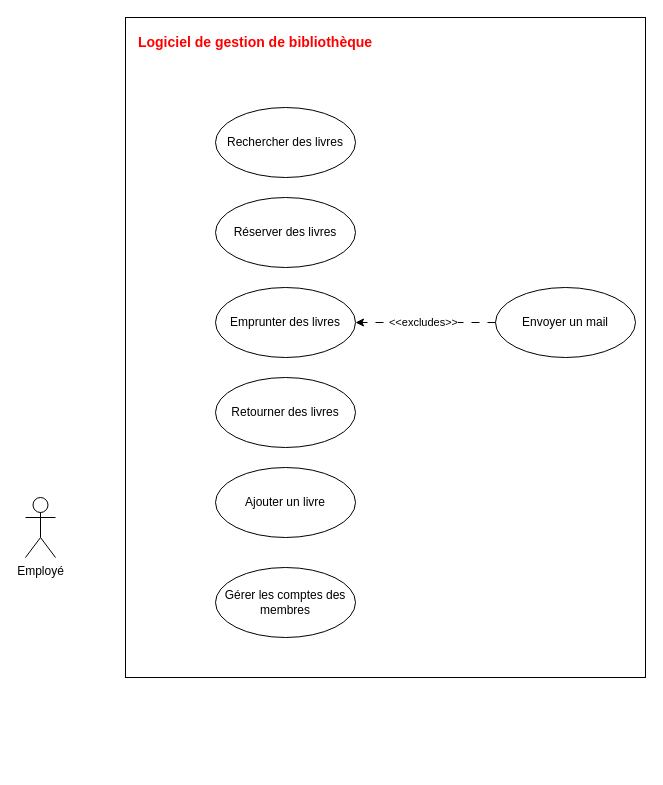
Earlier version of the draw.io diagram TP_1_UML_Exercice_5.drawio (Mzk-Ali/EXO_M2I_UML). Source tidied: cells renumbered, new cells numbered last; positions are measured from the earlier drawing's top-left corner, leaving out a move shared by most shapes. Both pictures are drawn from the tidied source at 100%, with x=0, y=0 at pixel (25, 17).
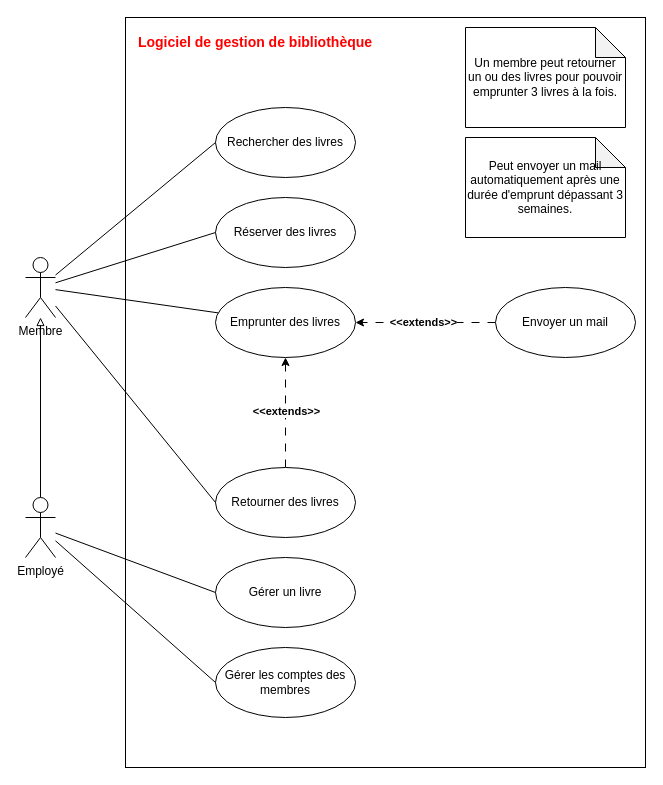
After the change.

Commit message:
Mettre à jour TP_1_UML_Exercice_5.drawio

Unchanged cells that the change refers to:
```xml
<mxCell id="4" value="Rechercher des livres" style="ellipse;whiteSpace=wrap;html=1;" parent="1" vertex="1">
  <mxGeometry x="190" y="90" width="140" height="70" as="geometry" />
</mxCell>
<mxCell id="5" value="Réserver des livres" style="ellipse;whiteSpace=wrap;html=1;" parent="1" vertex="1">
  <mxGeometry x="190" y="180" width="140" height="70" as="geometry" />
</mxCell>
<mxCell id="6" style="rounded=0;jettySize=auto;html=1;dashed=1;dashPattern=8 8;exitX=0;exitY=0.5;exitDx=0;exitDy=0;" parent="1" edge="1" source="12" target="8">
  <mxGeometry relative="1" as="geometry" />
</mxCell>
<mxCell id="8" value="Emprunter des livres" style="ellipse;whiteSpace=wrap;html=1;" parent="1" vertex="1">
  <mxGeometry x="190" y="270" width="140" height="70" as="geometry" />
</mxCell>
<mxCell id="13" value="Employé" style="shape=umlActor;verticalLabelPosition=bottom;verticalAlign=top;html=1;" parent="1" vertex="1">
  <mxGeometry y="480" width="30" height="60" as="geometry" />
</mxCell>
```

The edit, as a diff of the source:
```diff
@@
     <mxCell id="2" style="rounded=0;whiteSpace=wrap;html=1;" parent="1" vertex="1">
-      <mxGeometry x="100" width="520" height="660" as="geometry" />
+      <mxGeometry x="100" width="520" height="750" as="geometry" />
     </mxCell>
@@
-    <mxCell id="7" value="&amp;lt;&amp;lt;excludes&amp;gt;&amp;gt;" style="edgeLabel;html=1;align=center;verticalAlign=middle;" parent="6" vertex="1">
+    <mxCell id="7" value="&lt;b&gt;&amp;lt;&amp;lt;extends&amp;gt;&amp;gt;&lt;/b&gt;" style="edgeLabel;html=1;align=center;verticalAlign=middle;" parent="6" vertex="1">
       <mxGeometry x="0.04" y="-1" relative="1" as="geometry" />
     </mxCell>
+    <mxCell id="14" style="edgeStyle=orthogonalEdgeStyle;rounded=0;jettySize=auto;html=1;exitX=0.5;exitY=0;exitDx=0;exitDy=0;dashed=1;dashPattern=8 8;" parent="1" edge="1" source="9" target="8">
+      <mxGeometry relative="1" as="geometry" />
+    </mxCell>
+    <mxCell id="15" value="&lt;b&gt;&amp;lt;&amp;lt;extends&amp;gt;&amp;gt;&lt;/b&gt;" style="edgeLabel;html=1;align=center;verticalAlign=middle;" parent="14" vertex="1">
+      <mxGeometry x="0.04" relative="1" as="geometry" />
+    </mxCell>
@@
     <mxCell id="9" value="Retourner des livres" style="ellipse;whiteSpace=wrap;html=1;" parent="1" vertex="1">
-      <mxGeometry x="190" y="360" width="140" height="70" as="geometry" />
+      <mxGeometry x="190" y="450" width="140" height="70" as="geometry" />
     </mxCell>
-    <mxCell id="10" value="Ajouter un livre" style="ellipse;whiteSpace=wrap;html=1;" parent="1" vertex="1">
-      <mxGeometry x="190" y="450" width="140" height="70" as="geometry" />
+    <mxCell id="10" value="Gérer un livre" style="ellipse;whiteSpace=wrap;html=1;" parent="1" vertex="1">
+      <mxGeometry x="190" y="540" width="140" height="70" as="geometry" />
     </mxCell>
     <mxCell id="11" value="Gérer les comptes des membres" style="ellipse;whiteSpace=wrap;html=1;" parent="1" vertex="1">
-      <mxGeometry x="190" y="550" width="140" height="70" as="geometry" />
+      <mxGeometry x="190" y="630" width="140" height="70" as="geometry" />
     </mxCell>
@@
+    <mxCell id="16" style="rounded=0;jettySize=auto;html=1;entryX=0;entryY=0.5;entryDx=0;entryDy=0;endArrow=none;startFill=0;" parent="1" edge="1" source="13" target="10">
+      <mxGeometry relative="1" as="geometry" />
+    </mxCell>
+    <mxCell id="17" style="rounded=0;jettySize=auto;html=1;entryX=0;entryY=0.5;entryDx=0;entryDy=0;endArrow=none;startFill=0;" parent="1" edge="1" source="13" target="11">
+      <mxGeometry relative="1" as="geometry" />
+    </mxCell>
+    <mxCell id="18" style="rounded=0;jettySize=auto;html=1;endArrow=block;endFill=0;" parent="1" edge="1" source="13" target="23">
+      <mxGeometry relative="1" as="geometry" />
+    </mxCell>
@@
+    <mxCell id="19" style="rounded=0;jettySize=auto;html=1;entryX=0;entryY=0.5;entryDx=0;entryDy=0;endArrow=none;startFill=0;" parent="1" edge="1" source="23" target="4">
+      <mxGeometry relative="1" as="geometry" />
+    </mxCell>
+    <mxCell id="20" style="rounded=0;jettySize=auto;html=1;entryX=0;entryY=0.5;entryDx=0;entryDy=0;endArrow=none;startFill=0;" parent="1" edge="1" source="23" target="5">
+      <mxGeometry relative="1" as="geometry" />
+    </mxCell>
+    <mxCell id="21" style="rounded=0;jettySize=auto;html=1;endArrow=none;startFill=0;" parent="1" edge="1" source="23" target="8">
+      <mxGeometry relative="1" as="geometry" />
+    </mxCell>
+    <mxCell id="22" style="rounded=0;jettySize=auto;html=1;entryX=0;entryY=0.5;entryDx=0;entryDy=0;endArrow=none;startFill=0;" parent="1" edge="1" source="23" target="9">
+      <mxGeometry relative="1" as="geometry" />
+    </mxCell>
+    <mxCell id="23" value="Membre" style="shape=umlActor;verticalLabelPosition=bottom;verticalAlign=top;html=1;" parent="1" vertex="1">
+      <mxGeometry y="240" width="30" height="60" as="geometry" />
+    </mxCell>
+    <mxCell id="24" value="Un membre peut retourner un ou des livres pour pouvoir emprunter 3 livres à la fois." style="shape=note;whiteSpace=wrap;html=1;backgroundOutline=1;darkOpacity=0.05;" parent="1" vertex="1">
+      <mxGeometry x="440" y="10" width="160" height="100" as="geometry" />
+    </mxCell>
+    <mxCell id="25" value="Peut envoyer un mail automatiquement après une durée d'emprunt dépassant 3 semaines." style="shape=note;whiteSpace=wrap;html=1;backgroundOutline=1;darkOpacity=0.05;" parent="1" vertex="1">
+      <mxGeometry x="440" y="120" width="160" height="100" as="geometry" />
+    </mxCell>
```
